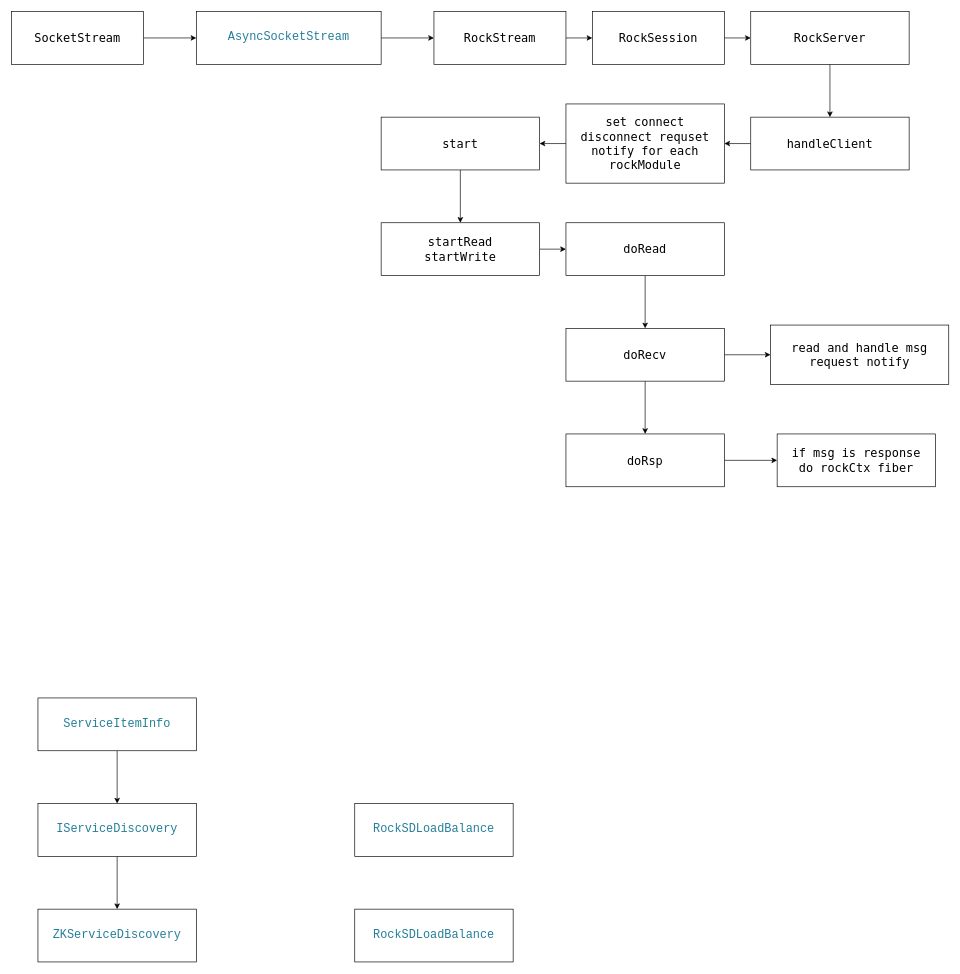
This is rockserver.drawio from Mn258/WebServer, a draw.io file, before an edit. Source tidied: cells renumbered, new cells numbered last; positions are measured from the earlier drawing's top-left corner, leaving out a move shared by most shapes. Both pictures are drawn from the tidied source at 66%, with x=0, y=0 at pixel (11, 11).
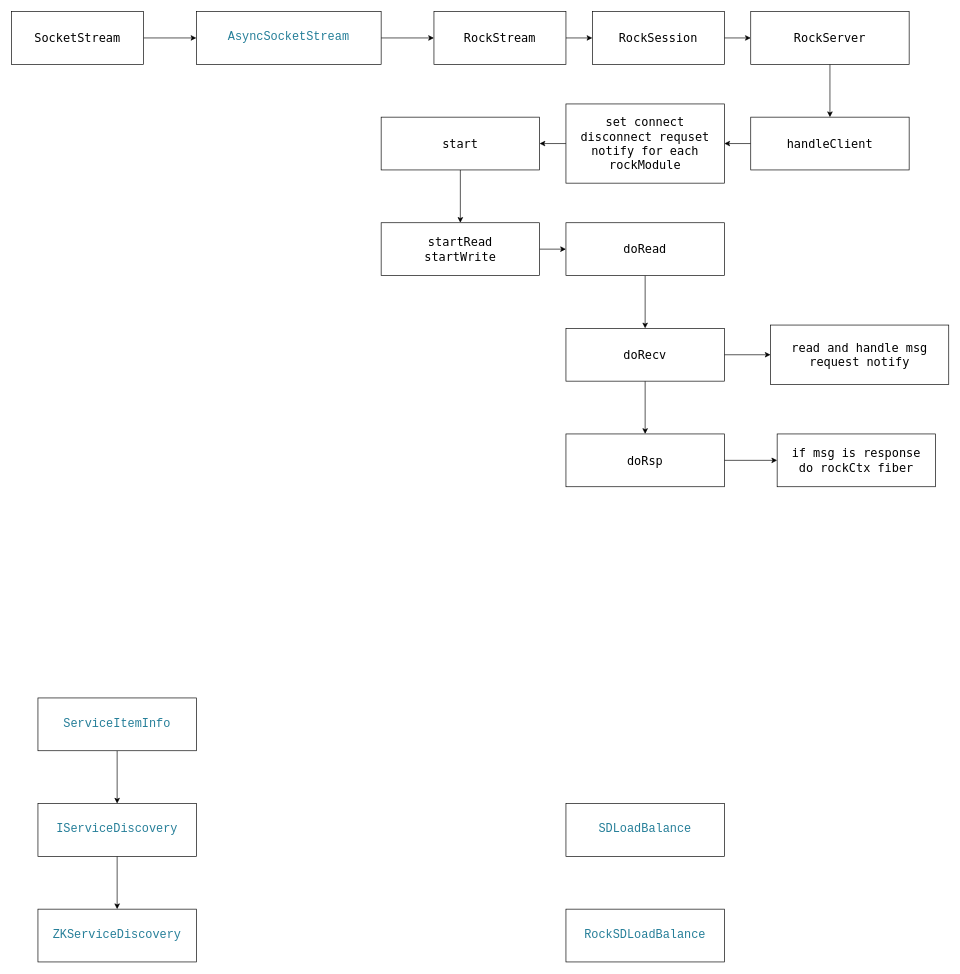
The same page after the edit.

The edit, as a diff of the source:
```diff
@@
     <mxCell id="34" value="&lt;div style=&quot;color: rgb(59, 59, 59); background-color: rgb(255, 255, 255); font-family: Consolas, &amp;quot;Courier New&amp;quot;, monospace; line-height: 19px; white-space: pre;&quot;&gt;&lt;div style=&quot;line-height: 19px;&quot;&gt;&lt;span style=&quot;color: rgb(38, 127, 153);&quot;&gt;&lt;font style=&quot;font-size: 18px;&quot;&gt;RockSDLoadBalance&lt;/font&gt;&lt;/span&gt;&lt;/div&gt;&lt;/div&gt;" style="rounded=0;whiteSpace=wrap;html=1;" parent="1" vertex="1">
-      <mxGeometry x="520" y="1360" width="240" height="80" as="geometry" />
+      <mxGeometry x="840" y="1360" width="240" height="80" as="geometry" />
     </mxCell>
-    <mxCell id="35" value="&lt;div style=&quot;color: rgb(59, 59, 59); background-color: rgb(255, 255, 255); font-family: Consolas, &amp;quot;Courier New&amp;quot;, monospace; line-height: 19px; white-space: pre;&quot;&gt;&lt;div style=&quot;line-height: 19px;&quot;&gt;&lt;span style=&quot;color: rgb(38, 127, 153);&quot;&gt;&lt;font style=&quot;font-size: 18px;&quot;&gt;RockSDLoadBalance&lt;/font&gt;&lt;/span&gt;&lt;/div&gt;&lt;/div&gt;" style="rounded=0;whiteSpace=wrap;html=1;" parent="1" vertex="1">
-      <mxGeometry x="520" y="1200" width="240" height="80" as="geometry" />
+    <mxCell id="35" value="&lt;div style=&quot;color: rgb(59, 59, 59); background-color: rgb(255, 255, 255); font-family: Consolas, &amp;quot;Courier New&amp;quot;, monospace; line-height: 19px; white-space: pre;&quot;&gt;&lt;div style=&quot;line-height: 19px;&quot;&gt;&lt;div style=&quot;line-height: 19px;&quot;&gt;&lt;span style=&quot;color: rgb(38, 127, 153);&quot;&gt;&lt;font style=&quot;font-size: 18px;&quot;&gt;SDLoadBalance&lt;/font&gt;&lt;/span&gt;&lt;/div&gt;&lt;/div&gt;&lt;/div&gt;" style="rounded=0;whiteSpace=wrap;html=1;" parent="1" vertex="1">
+      <mxGeometry x="840" y="1200" width="240" height="80" as="geometry" />
     </mxCell>
```
